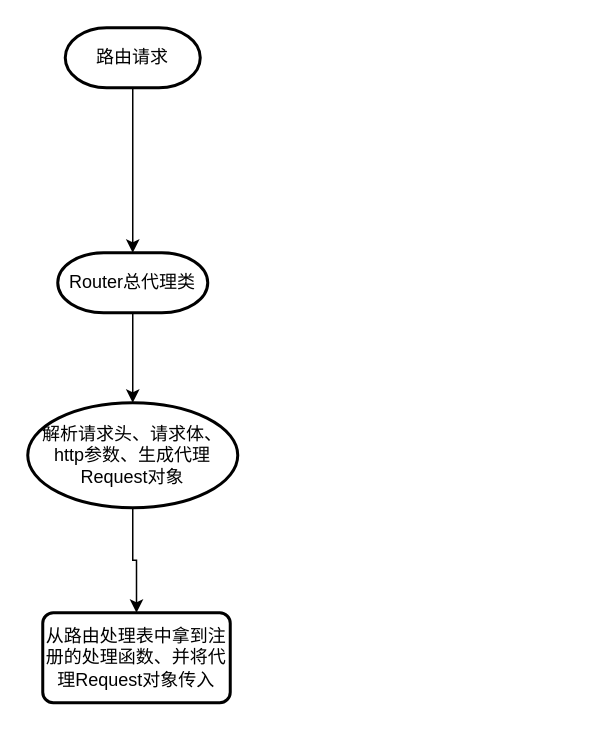
The draw.io diagram flow.dio in UPorphyrio/yaso, before the edit. Source tidied: cells renumbered, new cells numbered last; positions are measured from the earlier drawing's top-left corner, leaving out a move shared by most shapes. Both pictures are drawn from the tidied source at 150%, with x=0, y=0 at pixel (27, 27).
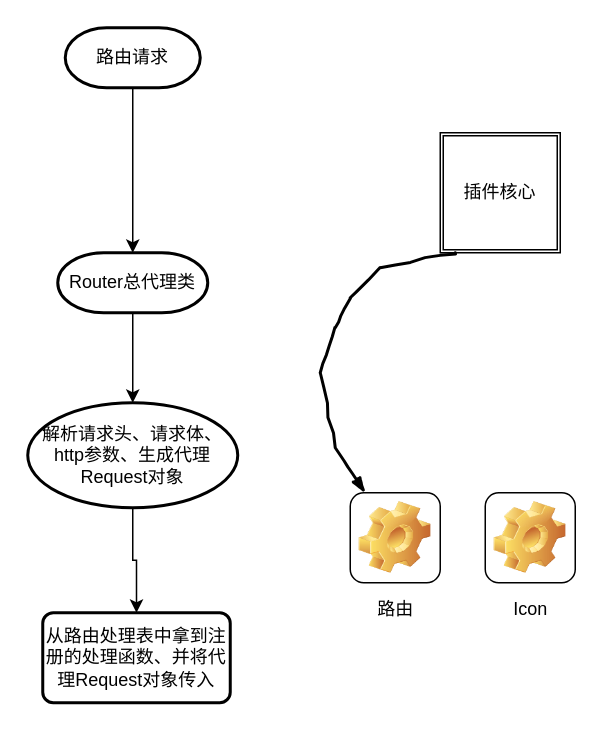
The same page after the edit.

Change to the diagram source:
```diff
@@
 <mxGraphModel>
   <root>
     <mxCell id="0" />
     <mxCell id="1" parent="0" />
     <mxCell id="2" style="edgeStyle=orthogonalEdgeStyle;rounded=0;jettySize=auto;html=1;entryX=0.5;entryY=0;entryDx=0;entryDy=0;entryPerimeter=0;" parent="1" edge="1" source="3" target="5">
       <mxGeometry relative="1" as="geometry" />
     </mxCell>
     <mxCell id="3" value="路由请求" style="strokeWidth=2;html=1;shape=mxgraph.flowchart.terminator;whiteSpace=wrap;" parent="1" vertex="1">
       <mxGeometry x="25" width="90" height="40" as="geometry" />
     </mxCell>
     <mxCell id="4" style="edgeStyle=orthogonalEdgeStyle;rounded=0;jettySize=auto;html=1;exitX=0.5;exitY=1;exitDx=0;exitDy=0;exitPerimeter=0;entryX=0.5;entryY=0;entryDx=0;entryDy=0;entryPerimeter=0;" parent="1" edge="1" source="5" target="7">
       <mxGeometry relative="1" as="geometry" />
     </mxCell>
     <mxCell id="5" value="Router总代理类" style="strokeWidth=2;html=1;shape=mxgraph.flowchart.terminator;whiteSpace=wrap;" parent="1" vertex="1">
       <mxGeometry x="20" y="150" width="100" height="40" as="geometry" />
     </mxCell>
     <mxCell id="6" style="edgeStyle=orthogonalEdgeStyle;rounded=0;jettySize=auto;html=1;entryX=0.5;entryY=0;entryDx=0;entryDy=0;" parent="1" edge="1" source="7" target="8">
       <mxGeometry relative="1" as="geometry" />
     </mxCell>
     <mxCell id="7" value="解析请求头、请求体、http参数、生成代理Request对象" style="strokeWidth=2;html=1;shape=mxgraph.flowchart.start_1;whiteSpace=wrap;" parent="1" vertex="1">
       <mxGeometry y="250" width="140" height="70" as="geometry" />
     </mxCell>
     <mxCell id="8" value="从路由处理表中拿到注册的处理函数、并将代理Request对象传入" style="rounded=1;whiteSpace=wrap;html=1;absoluteArcSize=1;arcSize=14;strokeWidth=2;" parent="1" vertex="1">
       <mxGeometry x="10" y="390" width="125" height="60" as="geometry" />
     </mxCell>
+    <mxCell id="9" value="插件核心" style="shape=ext;double=1;whiteSpace=wrap;html=1;" parent="1" vertex="1">
+      <mxGeometry x="275" y="70" width="80" height="80" as="geometry" />
+    </mxCell>
+    <mxCell id="10" style="rounded=0;comic=1;strokeWidth=2;endArrow=blockThin;html=1;fontFamily=Comic Sans MS;fontStyle=1;" parent="1" edge="1" target="11">
+      <mxGeometry relative="1" as="geometry">
+        <mxPoint x="285" y="150" as="sourcePoint" />
+        <Array as="points">
+          <mxPoint x="235" y="160" />
+          <mxPoint x="215" y="180" />
+          <mxPoint x="205" y="200" />
+          <mxPoint x="195" y="230" />
+          <mxPoint x="205" y="280" />
+        </Array>
+      </mxGeometry>
+    </mxCell>
+    <mxCell id="11" value="路由" style="icon;html=1;image=img/clipart/Gear_128x128.png;" parent="1" vertex="1">
+      <mxGeometry x="215" y="310" width="60" height="60" as="geometry" />
+    </mxCell>
+    <mxCell id="12" value="Icon" style="icon;html=1;image=img/clipart/Gear_128x128.png;" parent="1" vertex="1">
+      <mxGeometry x="305" y="310" width="60" height="60" as="geometry" />
+    </mxCell>
   </root>
 </mxGraphModel>
```
